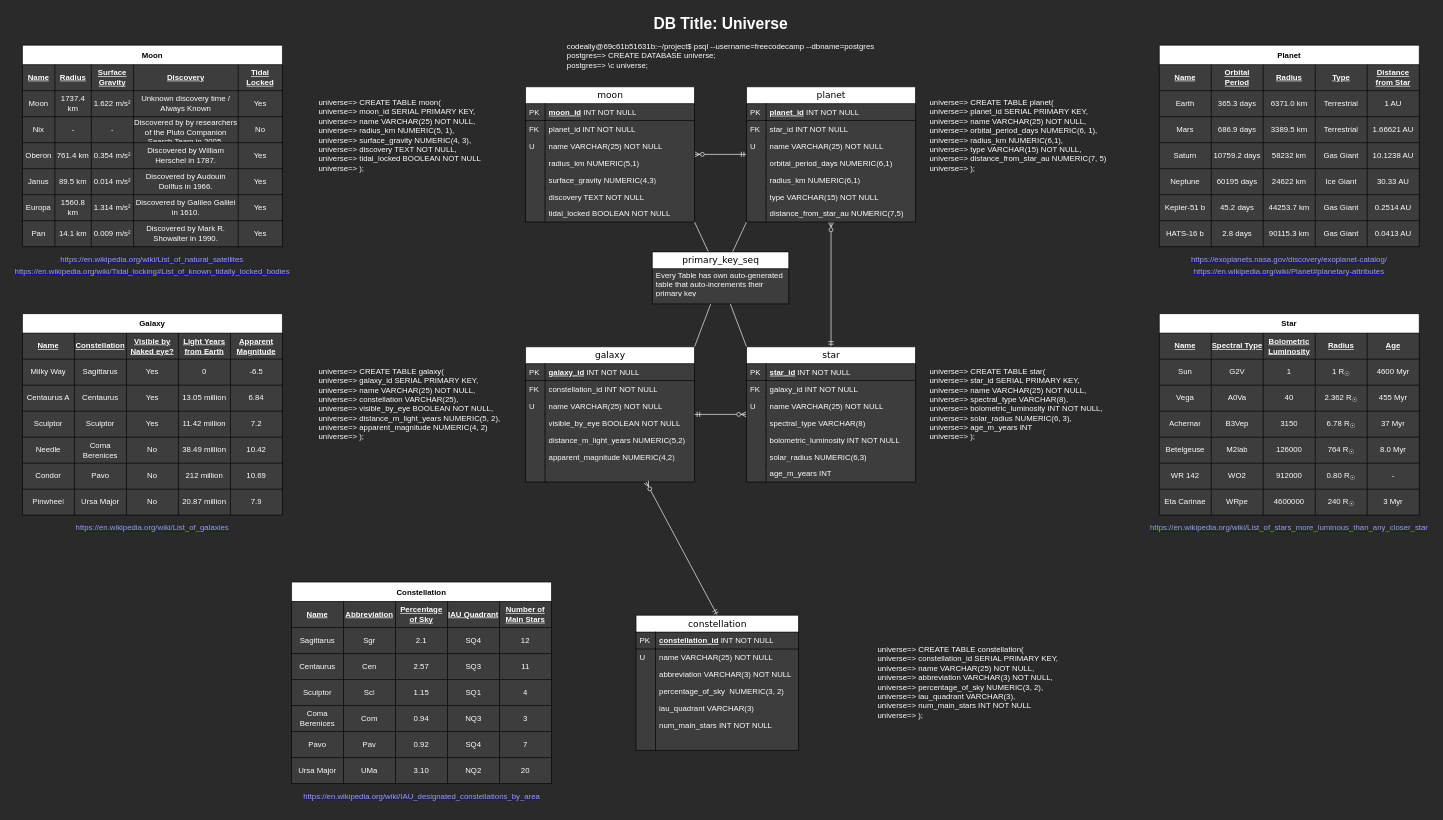
The draw.io diagram Relational Database/Celestial Bodies Database/Celestial Bodies Database ER Diagram.drawio in Squibs/freeCodeCamp, before the edit. Source tidied: cells renumbered, new cells numbered last; positions are measured from the earlier drawing's top-left corner, leaving out a move shared by most shapes. Both pictures are drawn from the tidied source at 65%, with x=0, y=0 at pixel (11, 11).
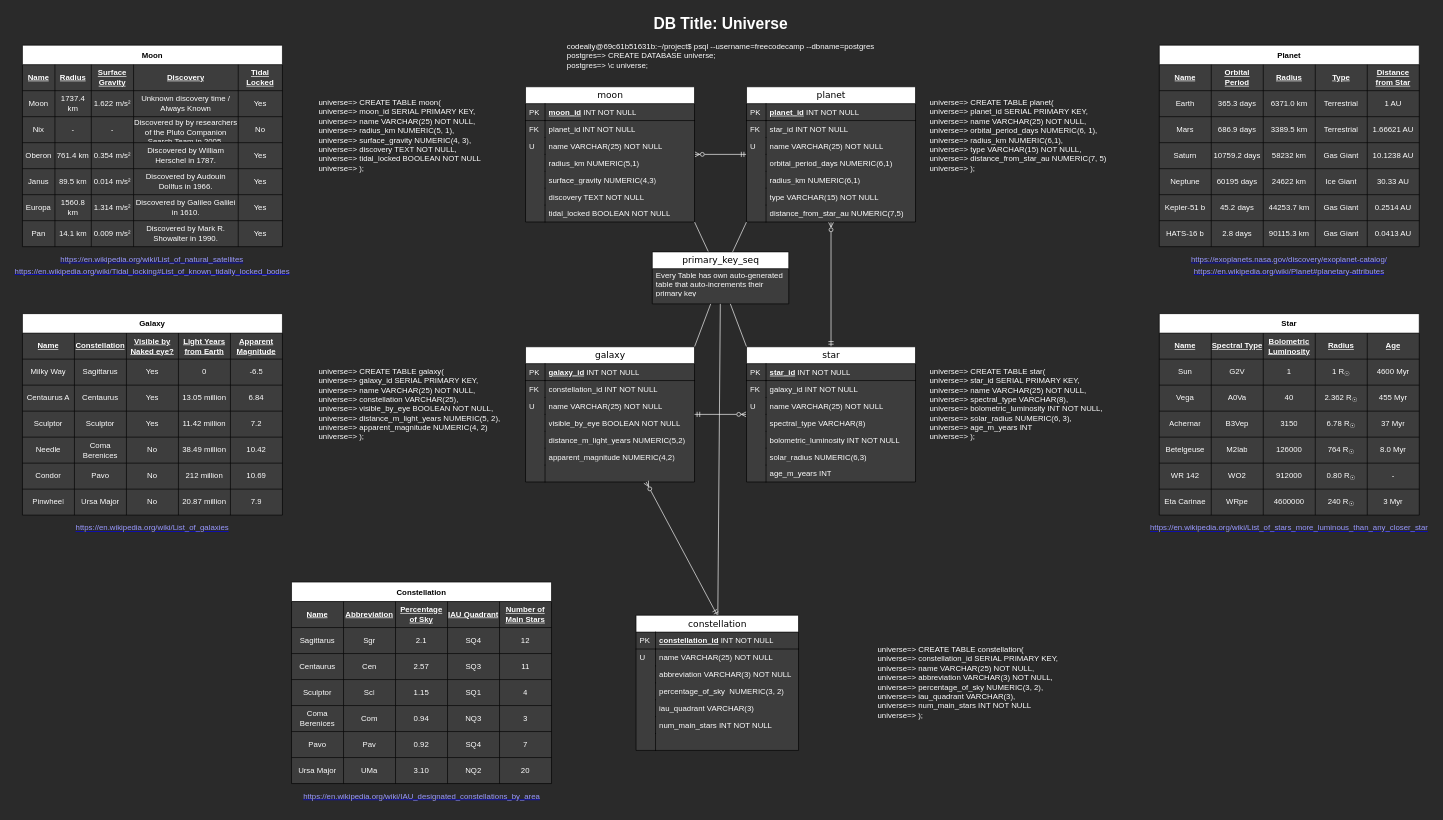
Above is the later version.

Commit message (it also covers changes not shown here):
Celestial Bodies Database project complete.

Unchanged cells that the change refers to:
```xml
<mxCell id="21" value="primary_key_seq" style="swimlane;html=1;fontStyle=0;horizontal=1;startSize=26;fillColor=default;swimlaneFillColor=#3D3D3D;align=center;rounded=0;shadow=0;comic=0;labelBackgroundColor=none;strokeWidth=1;fontFamily=Verdana;fontSize=14;" parent="1" vertex="1">
  <mxGeometry x="986" y="370" width="210" height="80" as="geometry" />
</mxCell>
<mxCell id="256" value="constellation" style="swimlane;html=1;fontStyle=0;horizontal=1;startSize=26;fillColor=default;swimlaneFillColor=#3D3D3D;align=center;rounded=0;shadow=0;comic=0;labelBackgroundColor=none;strokeWidth=1;fontFamily=Verdana;fontSize=14;" parent="1" vertex="1">
  <mxGeometry x="961" y="929" width="250" height="208" as="geometry" />
</mxCell>
```

Change to the diagram source:
```diff
@@
+    <mxCell id="316" style="edgeStyle=none;html=1;endArrow=none;endFill=0;strokeColor=#FFFFFF;" parent="1" edge="1" source="256" target="21">
+      <mxGeometry relative="1" as="geometry" />
+    </mxCell>
```
